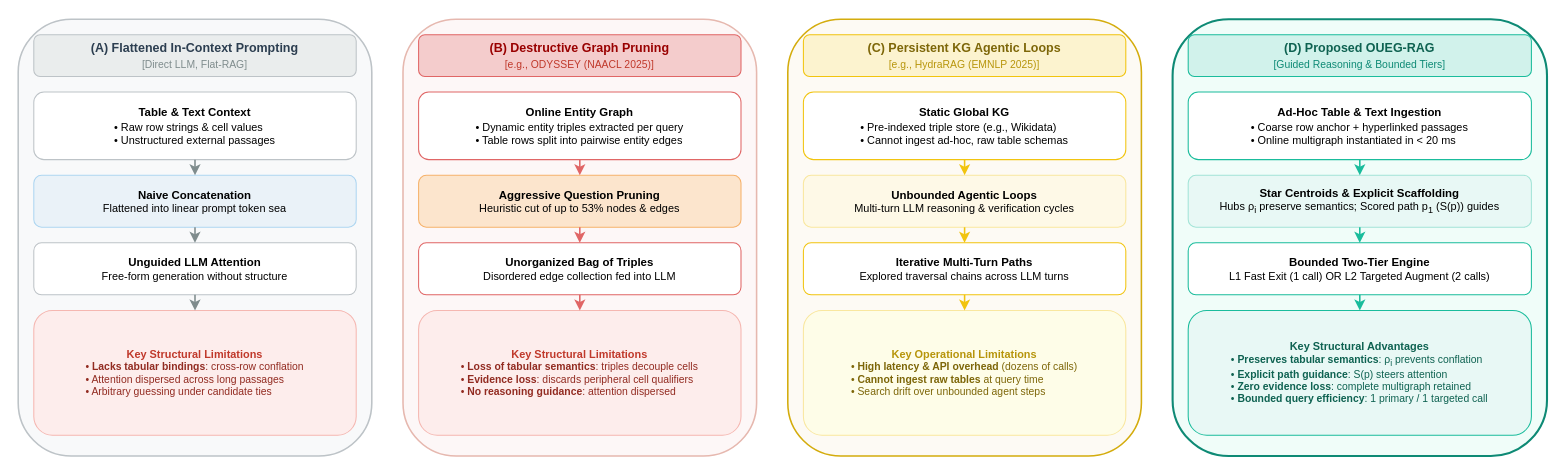
The draw.io diagram paper_v2/figures/fig1_paradigm_comparison.drawio in trungkiends2022/online-kg-rag, before the edit. Source tidied: cells renumbered, new cells numbered last; positions are measured from the earlier drawing's top-left corner, leaving out a move shared by most shapes. Both pictures are drawn from the tidied source at 104%, with x=0, y=0 at pixel (18, 19).
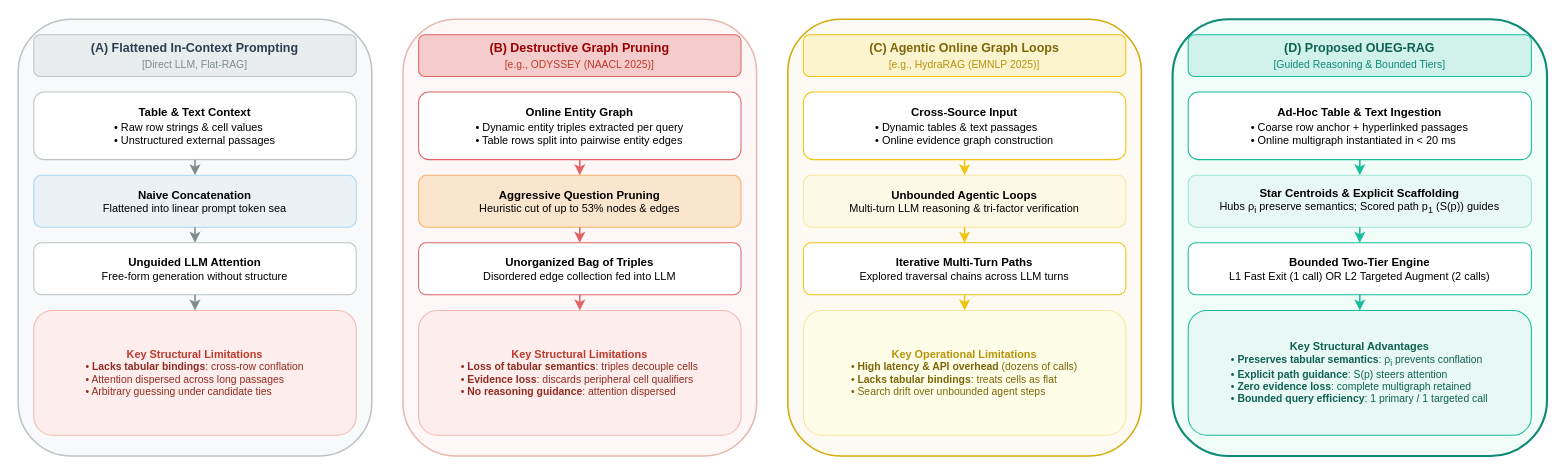
The same page after the edit.

The edit, as a diff of the source:
```diff
@@
-    <mxCell id="21" value="&lt;b&gt;(C) Persistent KG Agentic Loops&lt;/b&gt;&lt;br&gt;&lt;span style='font-size:10px; color:#b7950b;'&gt;[e.g., HydraRAG (EMNLP 2025)]&lt;/span&gt;" style="rounded=1;whiteSpace=wrap;html=1;fillColor=#fcf3cf;strokeColor=#f1c40f;fontSize=12;fontColor=#7d6608;" parent="1" vertex="1">
+    <mxCell id="21" value="&lt;b&gt;(C) Agentic Online Graph Loops&lt;/b&gt;&lt;br&gt;&lt;span style='font-size:10px; color:#b7950b;'&gt;[e.g., HydraRAG (EMNLP 2025)]&lt;/span&gt;" style="rounded=1;whiteSpace=wrap;html=1;fillColor=#fcf3cf;strokeColor=#f1c40f;fontSize=12;fontColor=#7d6608;" parent="1" vertex="1">
       <mxGeometry x="755" y="15" width="310" height="40" as="geometry" />
     </mxCell>
-    <mxCell id="22" value="&lt;b&gt;Static Global KG&lt;/b&gt;&lt;br&gt;&lt;div style='text-align:left; font-size:10.5px;'&gt;• Pre-indexed triple store (e.g., Wikidata)&lt;br&gt;• Cannot ingest ad-hoc, raw table schemas&lt;/div&gt;" style="rounded=1;whiteSpace=wrap;html=1;fillColor=#ffffff;strokeColor=#f1c40f;fontSize=11;" parent="1" vertex="1">
+    <mxCell id="22" value="&lt;b&gt;Cross-Source Input&lt;/b&gt;&lt;br&gt;&lt;div style='text-align:left; font-size:10.5px;'&gt;• Dynamic tables &amp;amp; text passages&lt;br&gt;• Online evidence graph construction&lt;/div&gt;" style="rounded=1;whiteSpace=wrap;html=1;fillColor=#ffffff;strokeColor=#f1c40f;fontSize=11;" parent="1" vertex="1">
       <mxGeometry x="755" y="70" width="310" height="65" as="geometry" />
     </mxCell>
-    <mxCell id="23" value="&lt;b&gt;Unbounded Agentic Loops&lt;/b&gt;&lt;br&gt;&lt;div style='font-size:10.5px;'&gt;Multi-turn LLM reasoning &amp;amp; verification cycles&lt;/div&gt;" style="rounded=1;whiteSpace=wrap;html=1;fillColor=#fef9e7;strokeColor=#f9e79f;fontSize=11;" parent="1" vertex="1">
+    <mxCell id="23" value="&lt;b&gt;Unbounded Agentic Loops&lt;/b&gt;&lt;br&gt;&lt;div style='font-size:10.5px;'&gt;Multi-turn LLM reasoning &amp;amp; tri-factor verification&lt;/div&gt;" style="rounded=1;whiteSpace=wrap;html=1;fillColor=#fef9e7;strokeColor=#f9e79f;fontSize=11;" parent="1" vertex="1">
       <mxGeometry x="755" y="150" width="310" height="50" as="geometry" />
     </mxCell>
@@
-    <mxCell id="25" value="&lt;b style='color:#b7950b;'&gt;Key Operational Limitations&lt;/b&gt;&lt;br&gt;&lt;div style='text-align:left; font-size:10px; color:#7d6608;'&gt;• &lt;b&gt;High latency &amp;amp; API overhead&lt;/b&gt; (dozens of calls)&lt;br&gt;• &lt;b&gt;Cannot ingest raw tables&lt;/b&gt; at query time&lt;br&gt;• Search drift over unbounded agent steps&lt;/div&gt;" style="rounded=1;whiteSpace=wrap;html=1;fillColor=#fefde8;strokeColor=#f9e79f;fontSize=10.5;" parent="1" vertex="1">
+    <mxCell id="25" value="&lt;b style='color:#b7950b;'&gt;Key Operational Limitations&lt;/b&gt;&lt;br&gt;&lt;div style='text-align:left; font-size:10px; color:#7d6608;'&gt;• &lt;b&gt;High latency &amp;amp; API overhead&lt;/b&gt; (dozens of calls)&lt;br&gt;• &lt;b&gt;Lacks tabular bindings&lt;/b&gt;: treats cells as flat&lt;br&gt;• Search drift over unbounded agent steps&lt;/div&gt;" style="rounded=1;whiteSpace=wrap;html=1;fillColor=#fefde8;strokeColor=#f9e79f;fontSize=10.5;" parent="1" vertex="1">
       <mxGeometry x="755" y="280" width="310" height="120" as="geometry" />
     </mxCell>
```
